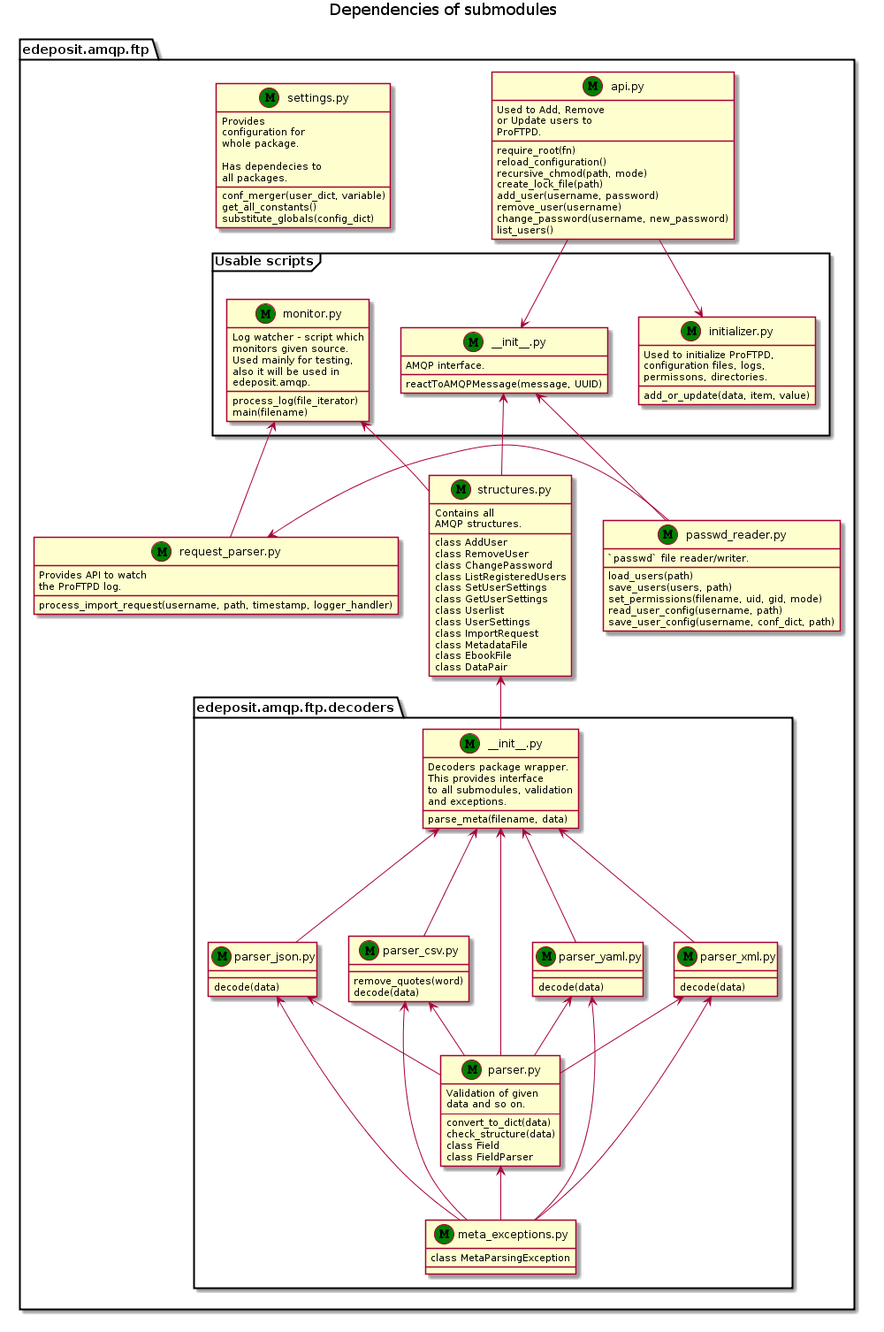
This is docs/_static/relations.png from edeposit/edeposit.amqp.ftp, a PlantUML export, as it was before one commit.
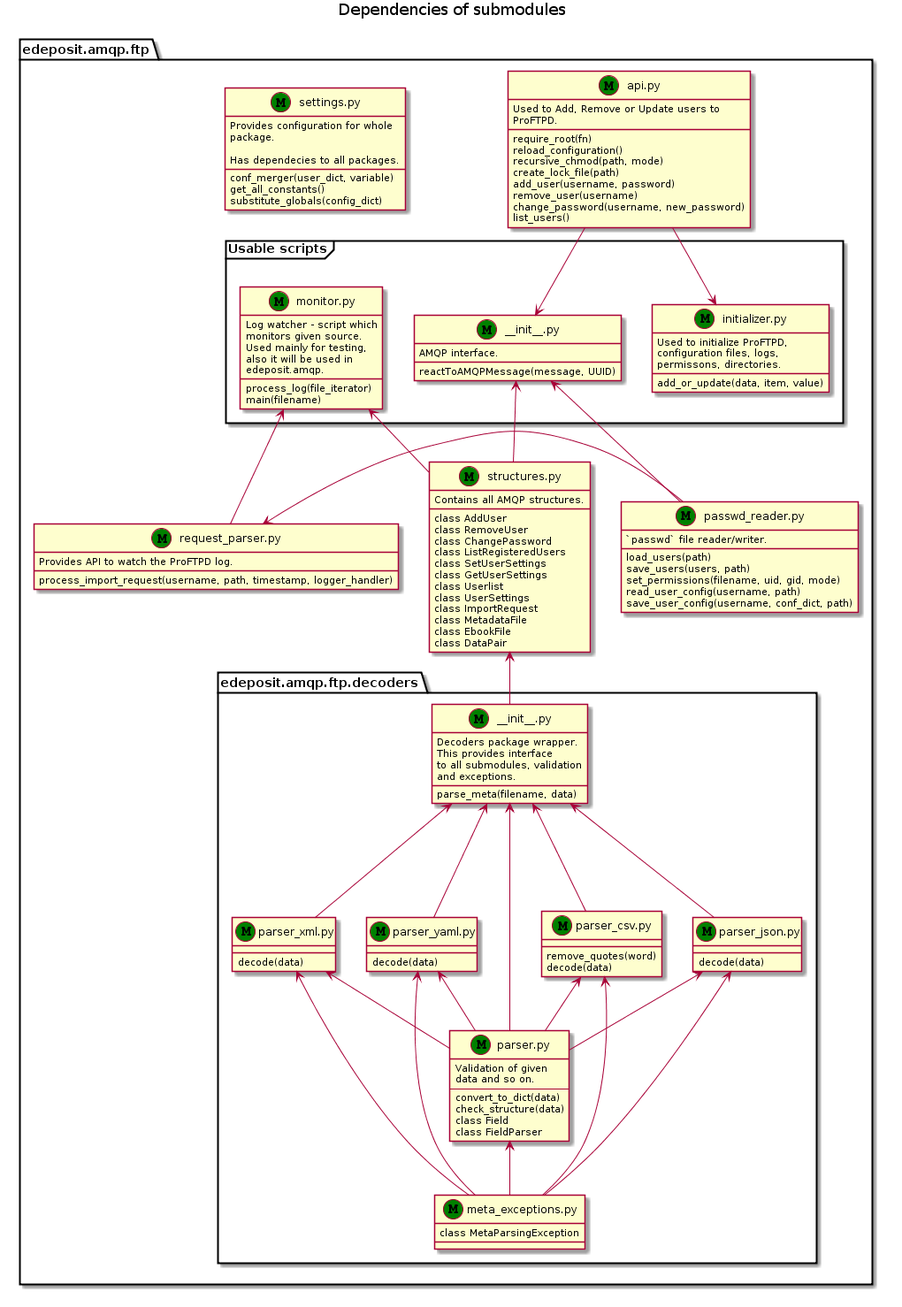
The same diagram one commit later.

Commit message:
Relations UML update.

What changed in the source:
```diff
@@ -83,8 +83,7 @@
         }
     }
     class "api.py" as api <<M, Green>>{
-        Used to Add, Remove
-        or Update users to
+        Used to Add, Remove or Update users to
         ProFTPD.
 
         require_root(fn)
@@ -97,8 +96,7 @@
         list_users()
     }
     class "request_parser.py" as request <<M, Green>>{
-        Provides API to watch
-        the ProFTPD log.
+        Provides API to watch the ProFTPD log.
 
         process_import_request(username, path, timestamp, logger_handler)
     }
@@ -112,8 +110,7 @@
         save_user_config(username, conf_dict, path)
     }
     class "structures.py" as structures <<M, Green>>{
-        Contains all
-        AMQP structures.
+        Contains all AMQP structures.
         ___
         class AddUser
         class RemoveUser
@@ -129,12 +126,10 @@
         class DataPair
     }
     class "settings.py" as settings <<M, Green>>{
-        Provides
-        configuration for
-        whole package.
+        Provides configuration for whole
+        package.
 
-        Has dependecies to
-        all packages.
+        Has dependecies to all packages.
 
         conf_merger(user_dict, variable)
         get_all_constants()
```
